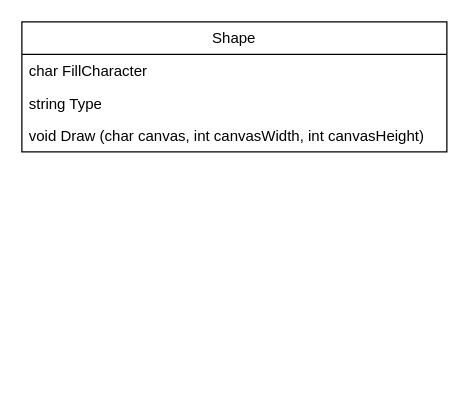
Before: shemas/Shape.drawio in panigirik/OOP, a draw.io diagram. Source tidied: cells renumbered, new cells numbered last; positions are measured from the earlier drawing's top-left corner, leaving out a move shared by most shapes. Both pictures are drawn from the tidied source at 125%, with x=0, y=0 at pixel (21, 21).
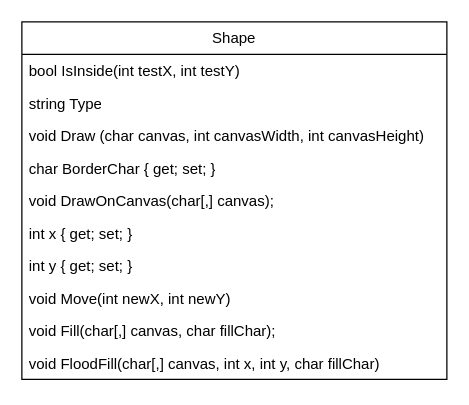
The same diagram, later.

Diff of the diagram source:
```diff
@@
 <mxGraphModel>
   <root>
     <mxCell id="0" />
     <mxCell id="1" parent="0" />
     <mxCell id="2" value="Shape" style="swimlane;fontStyle=0;horizontal=1;startSize=26;fillColor=none;whiteSpace=wrap;html=1;" parent="1" vertex="1">
-      <mxGeometry width="340" height="104" as="geometry" />
+      <mxGeometry width="340" height="286" as="geometry" />
     </mxCell>
-    <mxCell id="3" value="char FillCharacter" style="text;strokeColor=none;fillColor=none;align=left;verticalAlign=top;spacingLeft=4;spacingRight=4;overflow=hidden;whiteSpace=wrap;html=1;" parent="2" vertex="1">
+    <mxCell id="3" value="bool IsInside(int testX, int testY)" style="text;strokeColor=none;fillColor=none;align=left;verticalAlign=top;spacingLeft=4;spacingRight=4;overflow=hidden;whiteSpace=wrap;html=1;" parent="2" vertex="1">
       <mxGeometry y="26" width="340" height="26" as="geometry" />
     </mxCell>
     <mxCell id="4" value="string Type" style="text;strokeColor=none;fillColor=none;align=left;verticalAlign=top;spacingLeft=4;spacingRight=4;overflow=hidden;whiteSpace=wrap;html=1;" parent="2" vertex="1">
       <mxGeometry y="52" width="340" height="26" as="geometry" />
     </mxCell>
     <mxCell id="5" value="void Draw (char canvas, int canvasWidth, int canvasHeight)" style="text;strokeColor=none;fillColor=none;align=left;verticalAlign=top;spacingLeft=4;spacingRight=4;overflow=hidden;whiteSpace=wrap;html=1;" parent="2" vertex="1">
       <mxGeometry y="78" width="340" height="26" as="geometry" />
     </mxCell>
+    <mxCell id="6" value="char BorderChar { get; set; }" style="text;strokeColor=none;fillColor=none;align=left;verticalAlign=top;spacingLeft=4;spacingRight=4;overflow=hidden;whiteSpace=wrap;html=1;" parent="2" vertex="1">
+      <mxGeometry y="104" width="340" height="26" as="geometry" />
+    </mxCell>
+    <mxCell id="7" value="void DrawOnCanvas(char[,] canvas);" style="text;strokeColor=none;fillColor=none;align=left;verticalAlign=top;spacingLeft=4;spacingRight=4;overflow=hidden;whiteSpace=wrap;html=1;" parent="2" vertex="1">
+      <mxGeometry y="130" width="340" height="26" as="geometry" />
+    </mxCell>
+    <mxCell id="8" value="int x { get; set; }" style="text;strokeColor=none;fillColor=none;align=left;verticalAlign=top;spacingLeft=4;spacingRight=4;overflow=hidden;whiteSpace=wrap;html=1;" parent="2" vertex="1">
+      <mxGeometry y="156" width="340" height="26" as="geometry" />
+    </mxCell>
+    <mxCell id="9" value="int y { get; set; }" style="text;strokeColor=none;fillColor=none;align=left;verticalAlign=top;spacingLeft=4;spacingRight=4;overflow=hidden;whiteSpace=wrap;html=1;" parent="2" vertex="1">
+      <mxGeometry y="182" width="340" height="26" as="geometry" />
+    </mxCell>
+    <mxCell id="10" value="void Move(int newX, int newY)" style="text;strokeColor=none;fillColor=none;align=left;verticalAlign=top;spacingLeft=4;spacingRight=4;overflow=hidden;whiteSpace=wrap;html=1;" parent="2" vertex="1">
+      <mxGeometry y="208" width="340" height="26" as="geometry" />
+    </mxCell>
+    <mxCell id="11" value="void Fill(char[,] canvas, char fillChar);" style="text;strokeColor=none;fillColor=none;align=left;verticalAlign=top;spacingLeft=4;spacingRight=4;overflow=hidden;whiteSpace=wrap;html=1;" parent="2" vertex="1">
+      <mxGeometry y="234" width="340" height="26" as="geometry" />
+    </mxCell>
+    <mxCell id="12" value="void FloodFill(char[,] canvas, int x, int y, char fillChar)" style="text;strokeColor=none;fillColor=none;align=left;verticalAlign=top;spacingLeft=4;spacingRight=4;overflow=hidden;whiteSpace=wrap;html=1;" parent="2" vertex="1">
+      <mxGeometry y="260" width="340" height="26" as="geometry" />
+    </mxCell>
   </root>
 </mxGraphModel>
```
